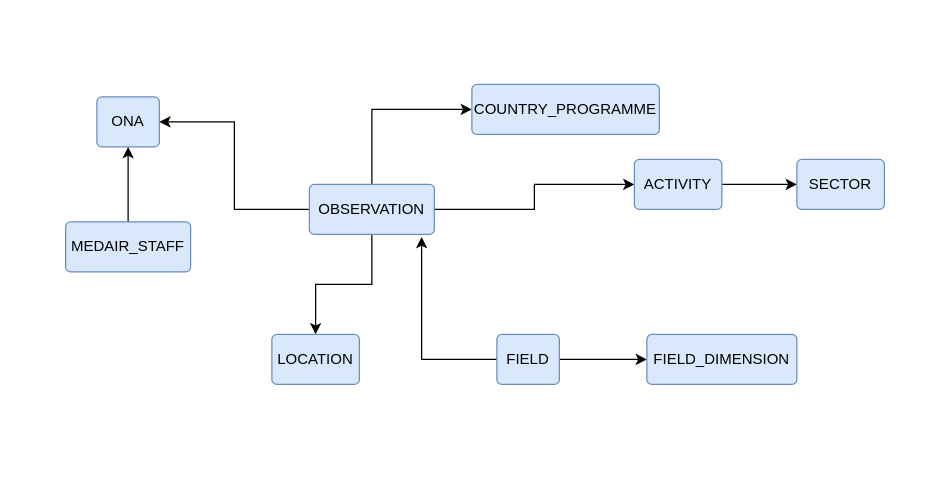
Before: Conecptual Data Model.drawio in alimehdy/drawio, a draw.io diagram. Source tidied: cells renumbered, new cells numbered last; positions are measured from the earlier drawing's top-left corner, leaving out a move shared by most shapes. Both pictures are drawn from the tidied source at 125%, with x=0, y=0 at pixel (65, 84).
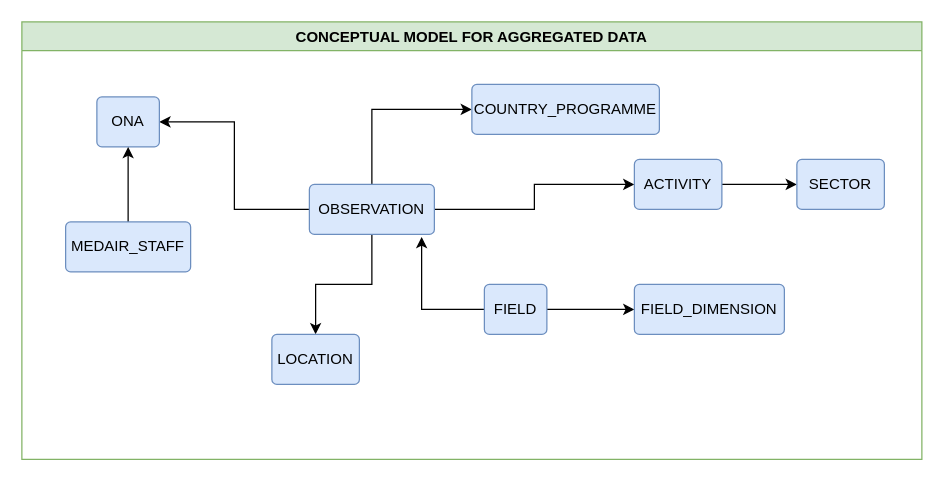
Above is the later version.

Diff of the diagram source:
```diff
@@
     <mxCell id="17" value="FIELD" style="rounded=1;arcSize=10;whiteSpace=wrap;html=1;align=center;fillColor=#dae8fc;strokeColor=#6c8ebf;" parent="1" vertex="1">
-      <mxGeometry x="345" y="200" width="50" height="40" as="geometry" />
+      <mxGeometry x="335" y="160" width="50" height="40" as="geometry" />
     </mxCell>
     <mxCell id="18" value="FIELD_DIMENSION" style="rounded=1;arcSize=10;whiteSpace=wrap;html=1;align=center;fillColor=#dae8fc;strokeColor=#6c8ebf;" parent="1" vertex="1">
-      <mxGeometry x="465" y="200" width="120" height="40" as="geometry" />
+      <mxGeometry x="455" y="160" width="120" height="40" as="geometry" />
     </mxCell>
@@
+    <mxCell id="20" value="CONCEPTUAL MODEL FOR AGGREGATED DATA" style="swimlane;startSize=23;fillColor=#d5e8d4;strokeColor=#82b366;" parent="1" vertex="1">
+      <mxGeometry x="-35" y="-50" width="720" height="350" as="geometry" />
+    </mxCell>
```
